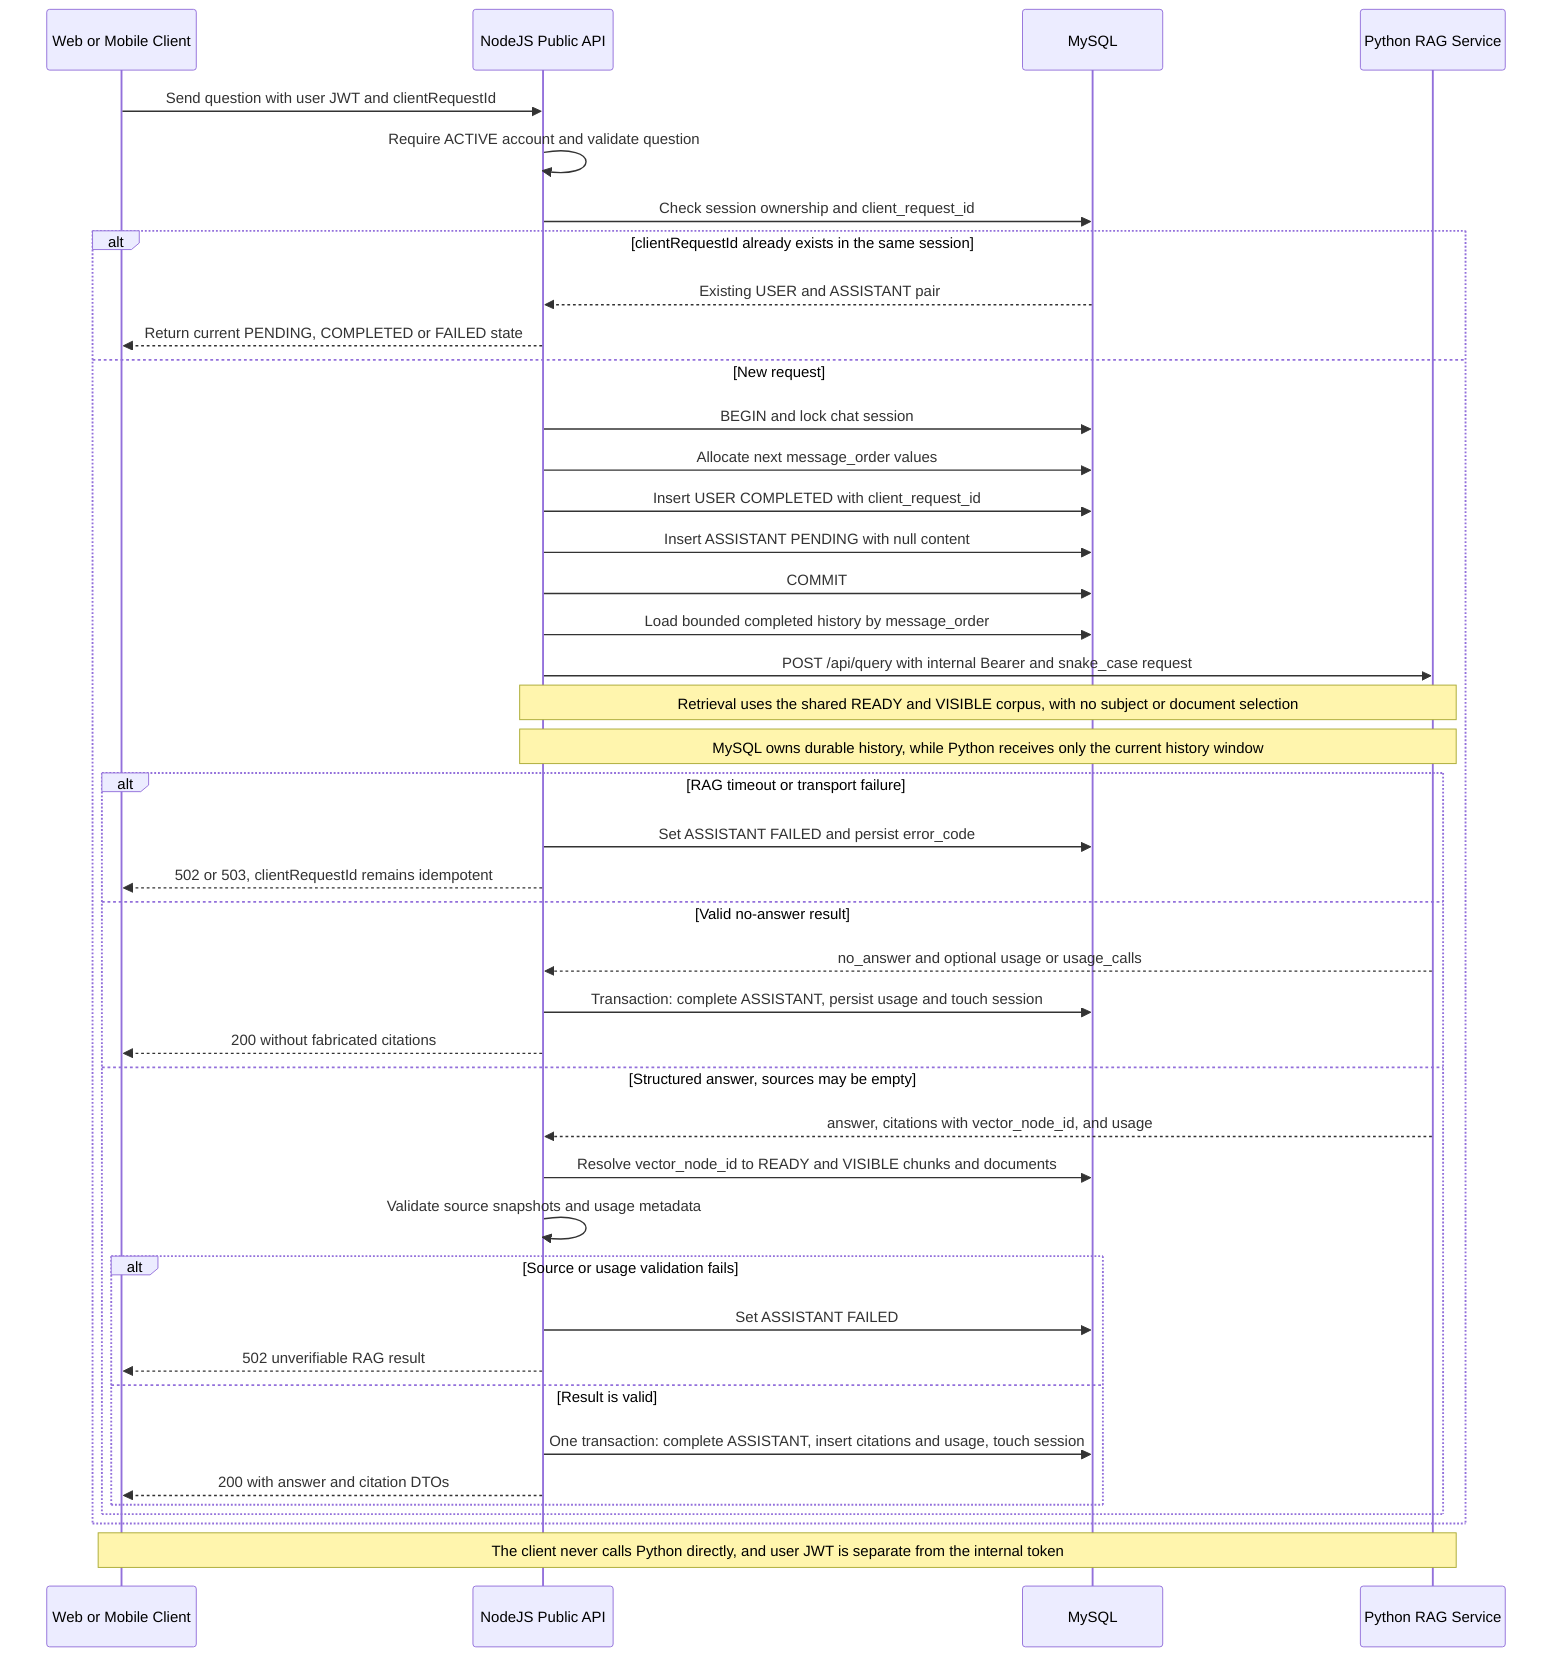
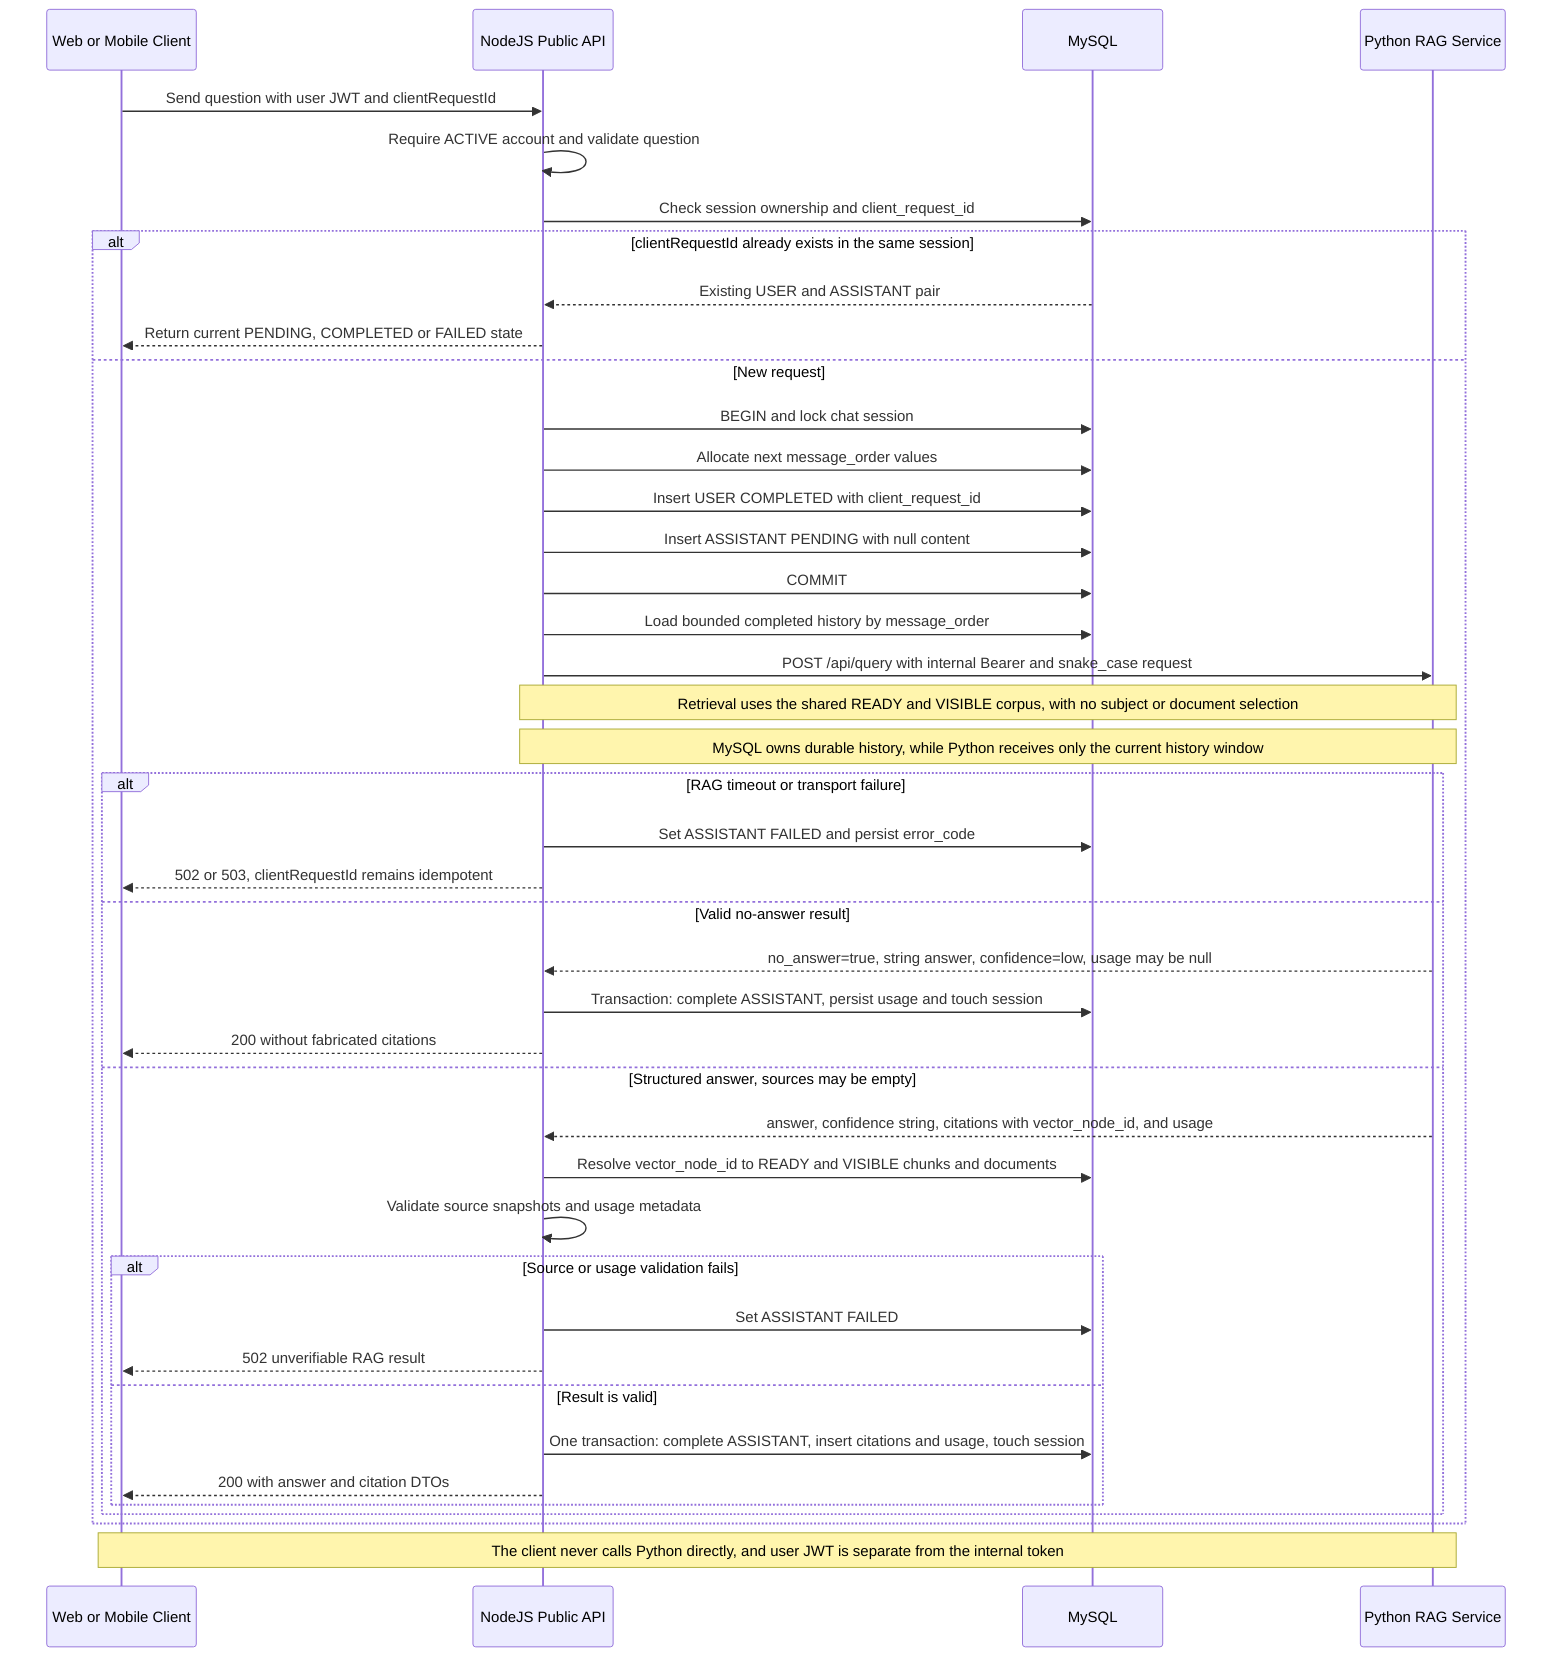
%% 06 Chat RAG | Detailed NodeJS/Core flow
sequenceDiagram
  participant Client as Web or Mobile Client
  participant Node as NodeJS Public API
  participant DB as MySQL
  participant RAG as Python RAG Service

  Client->>Node: Send question with user JWT and clientRequestId
  Node->>Node: Require ACTIVE account and validate question
  Node->>DB: Check session ownership and client_request_id
  alt clientRequestId already exists in the same session
    DB-->>Node: Existing USER and ASSISTANT pair
    Node-->>Client: Return current PENDING, COMPLETED or FAILED state
  else New request
    Node->>DB: BEGIN and lock chat session
    Node->>DB: Allocate next message_order values
    Node->>DB: Insert USER COMPLETED with client_request_id
    Node->>DB: Insert ASSISTANT PENDING with null content
    Node->>DB: COMMIT
    Node->>DB: Load bounded completed history by message_order
    Node->>RAG: POST /api/query with internal Bearer and snake_case request
    Note over Node,RAG: Retrieval uses the shared READY and VISIBLE corpus, with no subject or document selection
    Note over Node,RAG: MySQL owns durable history, while Python receives only the current history window
    alt RAG timeout or transport failure
      Node->>DB: Set ASSISTANT FAILED and persist error_code
      Node-->>Client: 502 or 503, clientRequestId remains idempotent
    else Valid no-answer result
-       RAG-->>Node: no_answer and optional usage or usage_calls
+       RAG-->>Node: no_answer=true, string answer, confidence=low, usage may be null
      Node->>DB: Transaction: complete ASSISTANT, persist usage and touch session
      Node-->>Client: 200 without fabricated citations
    else Structured answer, sources may be empty
-       RAG-->>Node: answer, citations with vector_node_id, and usage
+       RAG-->>Node: answer, confidence string, citations with vector_node_id, and usage
      Node->>DB: Resolve vector_node_id to READY and VISIBLE chunks and documents
      Node->>Node: Validate source snapshots and usage metadata
      alt Source or usage validation fails
        Node->>DB: Set ASSISTANT FAILED
        Node-->>Client: 502 unverifiable RAG result
      else Result is valid
        Node->>DB: One transaction: complete ASSISTANT, insert citations and usage, touch session
        Node-->>Client: 200 with answer and citation DTOs
      end
    end
  end

  Note over Client,RAG: The client never calls Python directly, and user JWT is separate from the internal token
